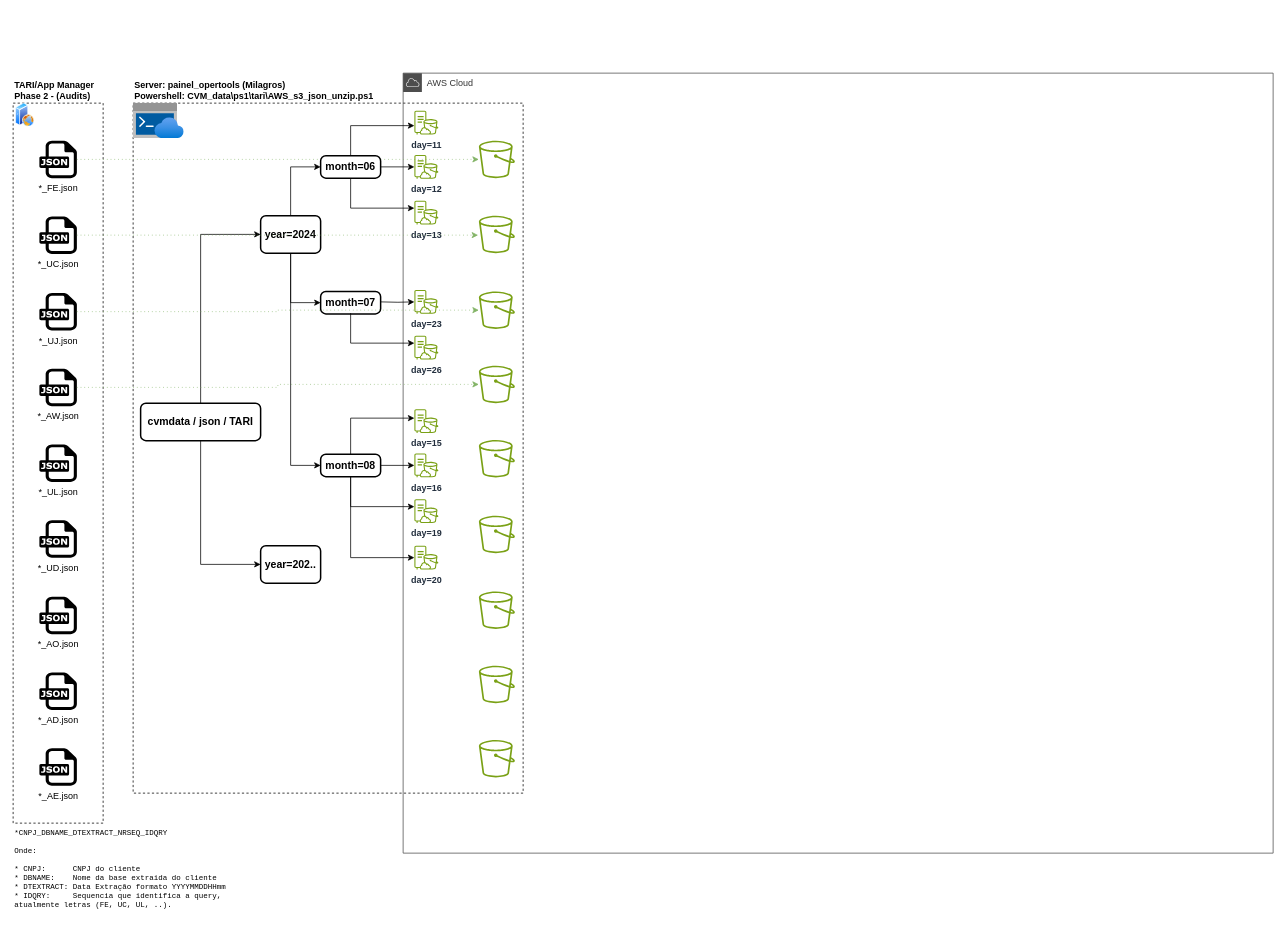
Before: DATA_python/TARI AWS PBI Integration.drawio in MarcosSoaresUnivali/Univali, a draw.io diagram. Source tidied: cells renumbered, new cells numbered last; positions are measured from the earlier drawing's top-left corner, leaving out a move shared by most shapes. Both pictures are drawn from the tidied source at 75%, with x=0, y=0 at pixel (13, 73).
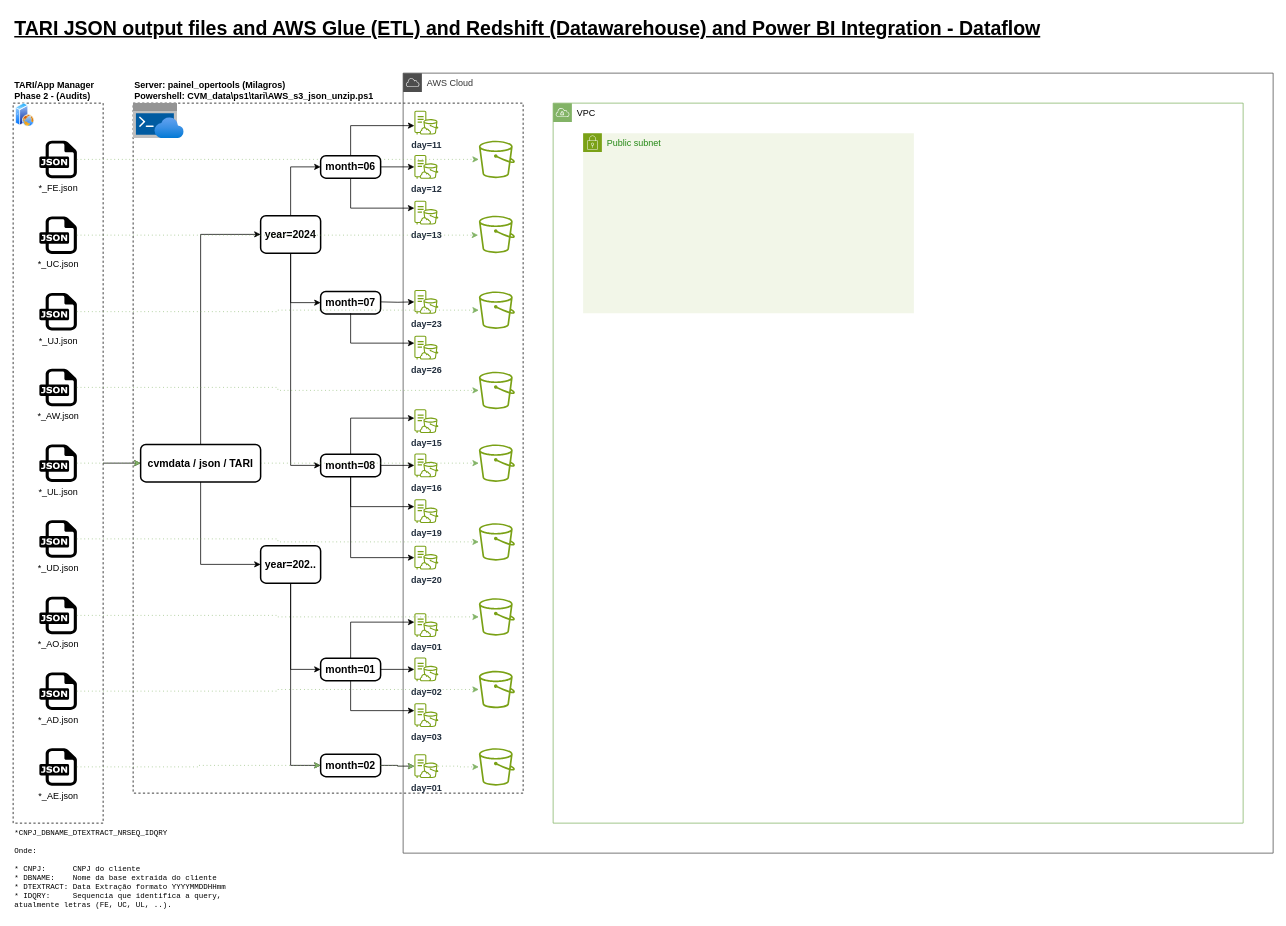
The same diagram, later.

The change refers to these unchanged cells:
```xml
<mxCell id="6" value="&lt;b&gt;TARI/App Manager &lt;span style=&quot;background-color: initial;&quot;&gt;Phase 2 - (Audits)&lt;/span&gt;&lt;/b&gt;" style="whiteSpace=wrap;html=1;dashed=1;labelPosition=center;verticalLabelPosition=top;align=left;verticalAlign=bottom;" parent="5" vertex="1">
  <mxGeometry width="120" height="960" as="geometry" />
</mxCell>
<mxCell id="12" value="*_UL.json" style="dashed=0;outlineConnect=0;html=1;align=center;labelPosition=center;verticalLabelPosition=bottom;verticalAlign=top;shape=mxgraph.weblogos.json;" parent="5" vertex="1">
  <mxGeometry x="35" y="455" width="50" height="50" as="geometry" />
</mxCell>
<mxCell id="13" value="*_AE.json" style="dashed=0;outlineConnect=0;html=1;align=center;labelPosition=center;verticalLabelPosition=bottom;verticalAlign=top;shape=mxgraph.weblogos.json;" parent="5" vertex="1">
  <mxGeometry x="35" y="860" width="50" height="50" as="geometry" />
</mxCell>
<mxCell id="14" value="*_AD.json" style="dashed=0;outlineConnect=0;html=1;align=center;labelPosition=center;verticalLabelPosition=bottom;verticalAlign=top;shape=mxgraph.weblogos.json;" parent="5" vertex="1">
  <mxGeometry x="35" y="759" width="50" height="50" as="geometry" />
</mxCell>
<mxCell id="15" value="*_AO.json" style="dashed=0;outlineConnect=0;html=1;align=center;labelPosition=center;verticalLabelPosition=bottom;verticalAlign=top;shape=mxgraph.weblogos.json;" parent="5" vertex="1">
  <mxGeometry x="35" y="658" width="50" height="50" as="geometry" />
</mxCell>
<mxCell id="16" value="*_UD.json" style="dashed=0;outlineConnect=0;html=1;align=center;labelPosition=center;verticalLabelPosition=bottom;verticalAlign=top;shape=mxgraph.weblogos.json;" parent="5" vertex="1">
  <mxGeometry x="35" y="556" width="50" height="50" as="geometry" />
</mxCell>
<mxCell id="29" value="&lt;font size=&quot;1&quot; style=&quot;&quot;&gt;&lt;b style=&quot;font-size: 14px;&quot;&gt;year=202..&lt;/b&gt;&lt;/font&gt;" style="rounded=1;whiteSpace=wrap;html=1;absoluteArcSize=1;arcSize=14;strokeWidth=2;" parent="18" vertex="1">
  <mxGeometry x="330" y="630" width="80" height="50" as="geometry" />
</mxCell>
```

Change to the diagram source:
```diff
@@
-    <mxCell id="22" value="&lt;font size=&quot;1&quot; style=&quot;&quot;&gt;&lt;b style=&quot;font-size: 14px;&quot;&gt;cvmdata / json / TARI&lt;/b&gt;&lt;/font&gt;" style="rounded=1;whiteSpace=wrap;html=1;absoluteArcSize=1;arcSize=14;strokeWidth=2;" parent="18" vertex="1">
-      <mxGeometry x="170" y="440" width="160" height="50" as="geometry" />
-    </mxCell>
@@
+    <mxCell id="62" style="edgeStyle=orthogonalEdgeStyle;rounded=0;jettySize=auto;html=1;entryX=0;entryY=0.5;entryDx=0;entryDy=0;" parent="18" edge="1" source="29" target="78">
+      <mxGeometry relative="1" as="geometry" />
+    </mxCell>
+    <mxCell id="63" style="edgeStyle=orthogonalEdgeStyle;rounded=0;jettySize=auto;html=1;entryX=0;entryY=0.5;entryDx=0;entryDy=0;" parent="18" edge="1" source="29" target="72">
+      <mxGeometry relative="1" as="geometry" />
+    </mxCell>
@@
     <mxCell id="46" style="sketch=0;outlineConnect=0;fontColor=#232F3E;gradientColor=none;fillColor=#7AA116;strokeColor=none;dashed=0;verticalLabelPosition=bottom;verticalAlign=top;align=center;html=1;fontSize=12;fontStyle=0;shape=mxgraph.aws4.bucket;" parent="18" vertex="1">
-      <mxGeometry x="620" y="390" width="50" height="50" as="geometry" />
+      <mxGeometry x="620" y="398" width="50" height="50" as="geometry" />
     </mxCell>
@@
     <mxCell id="57" style="sketch=0;outlineConnect=0;fontColor=#232F3E;gradientColor=none;fillColor=#7AA116;strokeColor=none;dashed=0;verticalLabelPosition=bottom;verticalAlign=top;align=center;html=1;fontSize=12;fontStyle=0;shape=mxgraph.aws4.bucket;" parent="18" vertex="1">
-      <mxGeometry x="620" y="489" width="50" height="50" as="geometry" />
+      <mxGeometry x="620" y="495" width="50" height="50" as="geometry" />
     </mxCell>
     <mxCell id="58" style="sketch=0;outlineConnect=0;fontColor=#232F3E;gradientColor=none;fillColor=#7AA116;strokeColor=none;dashed=0;verticalLabelPosition=bottom;verticalAlign=top;align=center;html=1;fontSize=12;fontStyle=0;shape=mxgraph.aws4.bucket;" parent="18" vertex="1">
-      <mxGeometry x="620" y="889" width="50" height="50" as="geometry" />
+      <mxGeometry x="620" y="900" width="50" height="50" as="geometry" />
     </mxCell>
     <mxCell id="59" style="sketch=0;outlineConnect=0;fontColor=#232F3E;gradientColor=none;fillColor=#7AA116;strokeColor=none;dashed=0;verticalLabelPosition=bottom;verticalAlign=top;align=center;html=1;fontSize=12;fontStyle=0;shape=mxgraph.aws4.bucket;" parent="18" vertex="1">
-      <mxGeometry x="620" y="790" width="50" height="50" as="geometry" />
+      <mxGeometry x="620" y="796.8" width="50" height="50" as="geometry" />
     </mxCell>
     <mxCell id="60" style="sketch=0;outlineConnect=0;fontColor=#232F3E;gradientColor=none;fillColor=#7AA116;strokeColor=none;dashed=0;verticalLabelPosition=bottom;verticalAlign=top;align=center;html=1;fontSize=12;fontStyle=0;shape=mxgraph.aws4.bucket;" parent="18" vertex="1">
-      <mxGeometry x="620" y="691" width="50" height="50" as="geometry" />
+      <mxGeometry x="620" y="700" width="50" height="50" as="geometry" />
     </mxCell>
     <mxCell id="61" style="sketch=0;outlineConnect=0;fontColor=#232F3E;gradientColor=none;fillColor=#7AA116;strokeColor=none;dashed=0;verticalLabelPosition=bottom;verticalAlign=top;align=center;html=1;fontSize=12;fontStyle=0;shape=mxgraph.aws4.bucket;" parent="18" vertex="1">
-      <mxGeometry x="620" y="590" width="50" height="50" as="geometry" />
+      <mxGeometry x="620" y="600" width="50" height="50" as="geometry" />
     </mxCell>
+    <mxCell id="64" style="edgeStyle=orthogonalEdgeStyle;rounded=0;jettySize=auto;html=1;dashed=1;dashPattern=1 4;fillColor=#d5e8d4;strokeColor=#82b366;" parent="18" edge="1" source="22" target="57">
+      <mxGeometry relative="1" as="geometry" />
+    </mxCell>
+    <mxCell id="65" style="edgeStyle=orthogonalEdgeStyle;rounded=0;jettySize=auto;html=1;dashed=1;dashPattern=1 4;fillColor=#d5e8d4;strokeColor=#82b366;" parent="18" edge="1" source="16" target="61">
+      <mxGeometry relative="1" as="geometry" />
+    </mxCell>
+    <mxCell id="66" style="edgeStyle=orthogonalEdgeStyle;rounded=0;jettySize=auto;html=1;dashed=1;dashPattern=1 4;fillColor=#d5e8d4;strokeColor=#82b366;" parent="18" edge="1" source="15" target="60">
+      <mxGeometry relative="1" as="geometry" />
+    </mxCell>
+    <mxCell id="67" style="edgeStyle=orthogonalEdgeStyle;rounded=0;jettySize=auto;html=1;dashed=1;dashPattern=1 4;fillColor=#d5e8d4;strokeColor=#82b366;" parent="18" edge="1" source="14" target="59">
+      <mxGeometry relative="1" as="geometry" />
+    </mxCell>
+    <mxCell id="68" style="edgeStyle=orthogonalEdgeStyle;rounded=0;jettySize=auto;html=1;dashed=1;dashPattern=1 4;fillColor=#d5e8d4;strokeColor=#82b366;" parent="18" edge="1" source="80" target="58">
+      <mxGeometry relative="1" as="geometry" />
+    </mxCell>
+    <mxCell id="69" style="edgeStyle=orthogonalEdgeStyle;rounded=0;jettySize=auto;html=1;" parent="18" edge="1" source="72" target="74">
+      <mxGeometry relative="1" as="geometry" />
+    </mxCell>
+    <mxCell id="70" style="edgeStyle=orthogonalEdgeStyle;rounded=0;jettySize=auto;html=1;exitX=0.5;exitY=0;exitDx=0;exitDy=0;" parent="18" edge="1" source="72" target="73">
+      <mxGeometry relative="1" as="geometry">
+        <Array as="points">
+          <mxPoint x="450" y="732" />
+        </Array>
+      </mxGeometry>
+    </mxCell>
+    <mxCell id="71" style="edgeStyle=orthogonalEdgeStyle;rounded=0;jettySize=auto;html=1;" parent="18" edge="1" source="72" target="75">
+      <mxGeometry relative="1" as="geometry">
+        <Array as="points">
+          <mxPoint x="450" y="850" />
+        </Array>
+      </mxGeometry>
+    </mxCell>
+    <mxCell id="72" value="&lt;font size=&quot;1&quot; style=&quot;&quot;&gt;&lt;b style=&quot;font-size: 14px;&quot;&gt;month=01&lt;/b&gt;&lt;/font&gt;" style="rounded=1;whiteSpace=wrap;html=1;absoluteArcSize=1;arcSize=14;strokeWidth=2;" parent="18" vertex="1">
+      <mxGeometry x="410" y="780" width="80" height="30" as="geometry" />
+    </mxCell>
+    <mxCell id="73" value="&lt;b&gt;day=01&lt;/b&gt;" style="sketch=0;outlineConnect=0;fontColor=#232F3E;gradientColor=none;fillColor=#7AA116;strokeColor=none;dashed=0;verticalLabelPosition=bottom;verticalAlign=top;align=center;html=1;fontSize=12;fontStyle=0;shape=mxgraph.aws4.s3_on_outposts;" parent="18" vertex="1">
+      <mxGeometry x="535" y="720" width="32" height="32" as="geometry" />
+    </mxCell>
+    <mxCell id="74" value="&lt;b&gt;day=02&lt;/b&gt;" style="sketch=0;outlineConnect=0;fontColor=#232F3E;gradientColor=none;fillColor=#7AA116;strokeColor=none;dashed=0;verticalLabelPosition=bottom;verticalAlign=top;align=center;html=1;fontSize=12;fontStyle=0;shape=mxgraph.aws4.s3_on_outposts;" parent="18" vertex="1">
+      <mxGeometry x="535" y="779" width="32" height="32" as="geometry" />
+    </mxCell>
+    <mxCell id="75" value="&lt;b&gt;day=03&lt;/b&gt;" style="sketch=0;outlineConnect=0;fontColor=#232F3E;gradientColor=none;fillColor=#7AA116;strokeColor=none;dashed=0;verticalLabelPosition=bottom;verticalAlign=top;align=center;html=1;fontSize=12;fontStyle=0;shape=mxgraph.aws4.s3_on_outposts;" parent="18" vertex="1">
+      <mxGeometry x="535" y="840" width="32" height="32" as="geometry" />
+    </mxCell>
+    <mxCell id="76" style="edgeStyle=orthogonalEdgeStyle;rounded=0;jettySize=auto;html=1;dashed=1;dashPattern=1 4;fillColor=#d5e8d4;strokeColor=#82b366;" parent="18" edge="1" source="13" target="78">
+      <mxGeometry relative="1" as="geometry" />
+    </mxCell>
+    <mxCell id="77" style="edgeStyle=orthogonalEdgeStyle;rounded=0;jettySize=auto;html=1;" parent="18" edge="1" source="78" target="80">
+      <mxGeometry relative="1" as="geometry" />
+    </mxCell>
+    <mxCell id="78" value="&lt;font size=&quot;1&quot; style=&quot;&quot;&gt;&lt;b style=&quot;font-size: 14px;&quot;&gt;month=02&lt;/b&gt;&lt;/font&gt;" style="rounded=1;whiteSpace=wrap;html=1;absoluteArcSize=1;arcSize=14;strokeWidth=2;" parent="18" vertex="1">
+      <mxGeometry x="410" y="908" width="80" height="30" as="geometry" />
+    </mxCell>
+    <mxCell id="79" style="edgeStyle=orthogonalEdgeStyle;rounded=0;jettySize=auto;html=1;dashed=1;dashPattern=1 4;fillColor=#d5e8d4;strokeColor=#82b366;" parent="18" edge="1" source="78" target="80">
+      <mxGeometry relative="1" as="geometry" />
+    </mxCell>
+    <mxCell id="80" value="&lt;b&gt;day=01&lt;/b&gt;" style="sketch=0;outlineConnect=0;fontColor=#232F3E;gradientColor=none;fillColor=#7AA116;strokeColor=none;dashed=0;verticalLabelPosition=bottom;verticalAlign=top;align=center;html=1;fontSize=12;fontStyle=0;shape=mxgraph.aws4.s3_on_outposts;" parent="18" vertex="1">
+      <mxGeometry x="535" y="908" width="32" height="32" as="geometry" />
+    </mxCell>
+    <mxCell id="81" style="edgeStyle=orthogonalEdgeStyle;rounded=0;jettySize=auto;html=1;" parent="18" edge="1" source="6">
+      <mxGeometry relative="1" as="geometry">
+        <mxPoint x="170" y="520" as="targetPoint" />
+      </mxGeometry>
+    </mxCell>
+    <mxCell id="82" style="edgeStyle=orthogonalEdgeStyle;rounded=0;jettySize=auto;html=1;dashed=1;dashPattern=1 4;fillColor=#d5e8d4;strokeColor=#82b366;" parent="18" edge="1" source="12" target="22">
+      <mxGeometry relative="1" as="geometry" />
+    </mxCell>
+    <mxCell id="22" value="&lt;font size=&quot;1&quot; style=&quot;&quot;&gt;&lt;b style=&quot;font-size: 14px;&quot;&gt;cvmdata / json / TARI&lt;/b&gt;&lt;/font&gt;" style="rounded=1;whiteSpace=wrap;html=1;absoluteArcSize=1;arcSize=14;strokeWidth=2;" parent="18" vertex="1">
+      <mxGeometry x="170" y="495" width="160" height="50" as="geometry" />
+    </mxCell>
+    <mxCell id="83" parent="0" />
+    <mxCell id="84" value="VPC" style="sketch=0;html=1;whiteSpace=wrap;fontSize=12;fontStyle=0;shape=mxgraph.aws4.group;grIcon=mxgraph.aws4.group_vpc;strokeColor=#82b366;fillColor=none;verticalAlign=top;align=left;spacingLeft=30;dashed=0;" parent="83" vertex="1">
+      <mxGeometry x="720" y="40" width="920" height="960" as="geometry" />
+    </mxCell>
+    <mxCell id="85" value="TARI JSON output files and AWS Glue (ETL) and Redshift (Datawarehouse) and Power BI Integration - Dataflow" style="text;strokeColor=none;fillColor=none;html=1;fontSize=26;fontStyle=5;verticalAlign=middle;align=left;" parent="83" vertex="1">
+      <mxGeometry y="-80" width="1280" height="40" as="geometry" />
+    </mxCell>
+    <mxCell id="86" parent="0" />
+    <mxCell id="87" value="Public subnet" style="gradientColor=none;html=1;whiteSpace=wrap;fontSize=12;fontStyle=0;shape=mxgraph.aws4.group;grIcon=mxgraph.aws4.group_security_group;grStroke=0;strokeColor=#7AA116;fillColor=#F2F6E8;verticalAlign=top;align=left;spacingLeft=30;fontColor=#248814;dashed=0;" parent="86" vertex="1">
+      <mxGeometry x="760" y="80" width="441" height="240" as="geometry" />
+    </mxCell>
```
